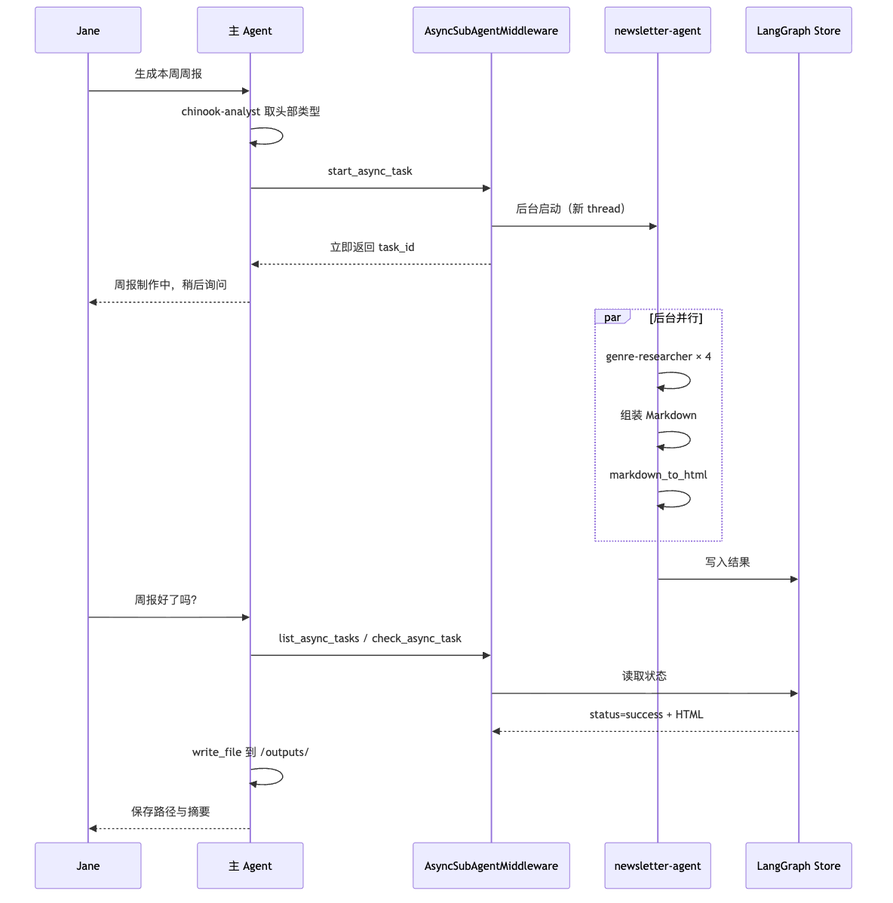
The Mermaid diagram assets/async-newsletter.png in talala1208/Multi-Agent-Sales-Copilot, before a commit. Its source is kept beside it as assets/async-newsletter.mmd.
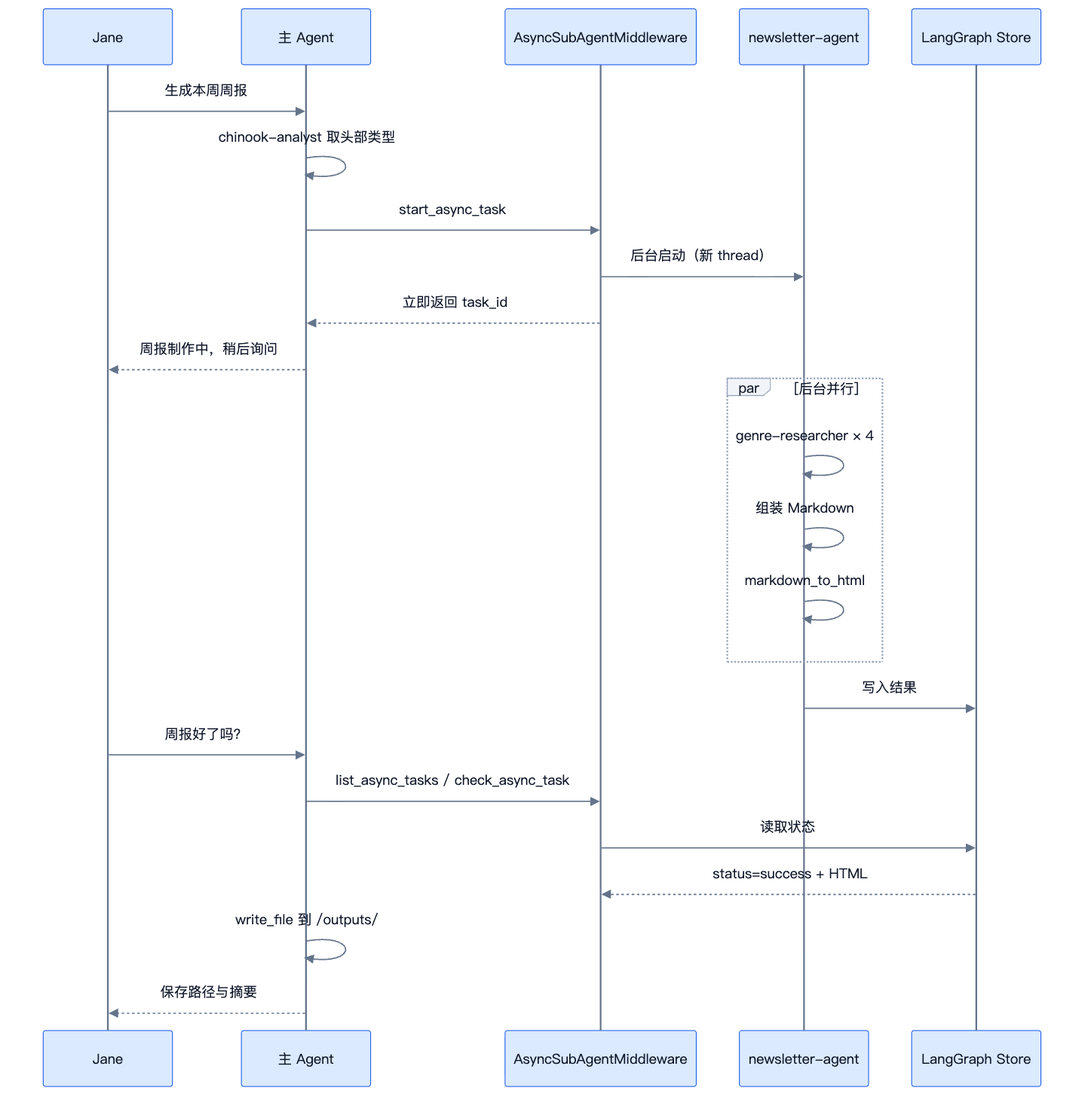
Above is the later version.

Commit message:
Add configuration and styling to Mermaid diagrams in agent-delegation, async-newsletter, and human-in-loop files

Change to the diagram source:
```diff
@@ -1,3 +1,28 @@
+---
+config:
+  theme: base
+  themeVariables:
+    fontFamily: ui-sans-serif, system-ui, sans-serif
+    fontSize: 20px
+    primaryColor: '#dbeafe'
+    primaryTextColor: '#0f172a'
+    primaryBorderColor: '#2563eb'
+    lineColor: '#64748b'
+    actorBkg: '#dbeafe'
+    actorBorder: '#2563eb'
+    actorTextColor: '#0f172a'
+    actorLineColor: '#64748b'
+    signalColor: '#64748b'
+    labelBoxBkgColor: '#f1f5f9'
+    labelBoxBorderColor: '#94a3b8'
+    labelTextColor: '#0f172a'
+    loopTextColor: '#0f172a'
+    noteBkgColor: '#f8fafc'
+    noteBorderColor: '#cbd5e1'
+    noteTextColor: '#0f172a'
+    activationBkgColor: '#e0f2fe'
+    activationBorderColor: '#2563eb'
+---
 sequenceDiagram
     participant J as Jane
     participant Main as 主 Agent
```
